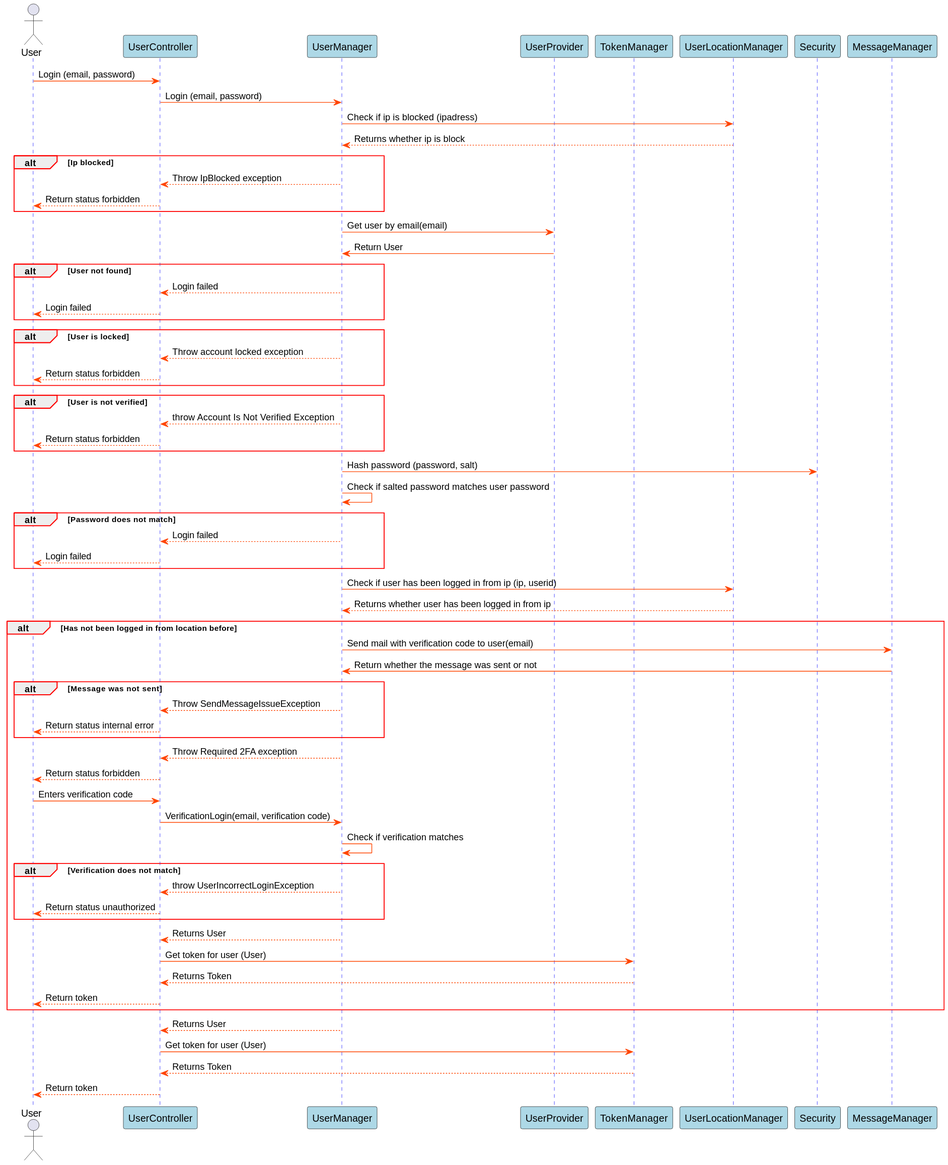
This is Docs/out/SDDiagrams/LoginSD/Login SD.svg from blackout1471/trust-us-school, a PlantUML export, as it was before one commit.
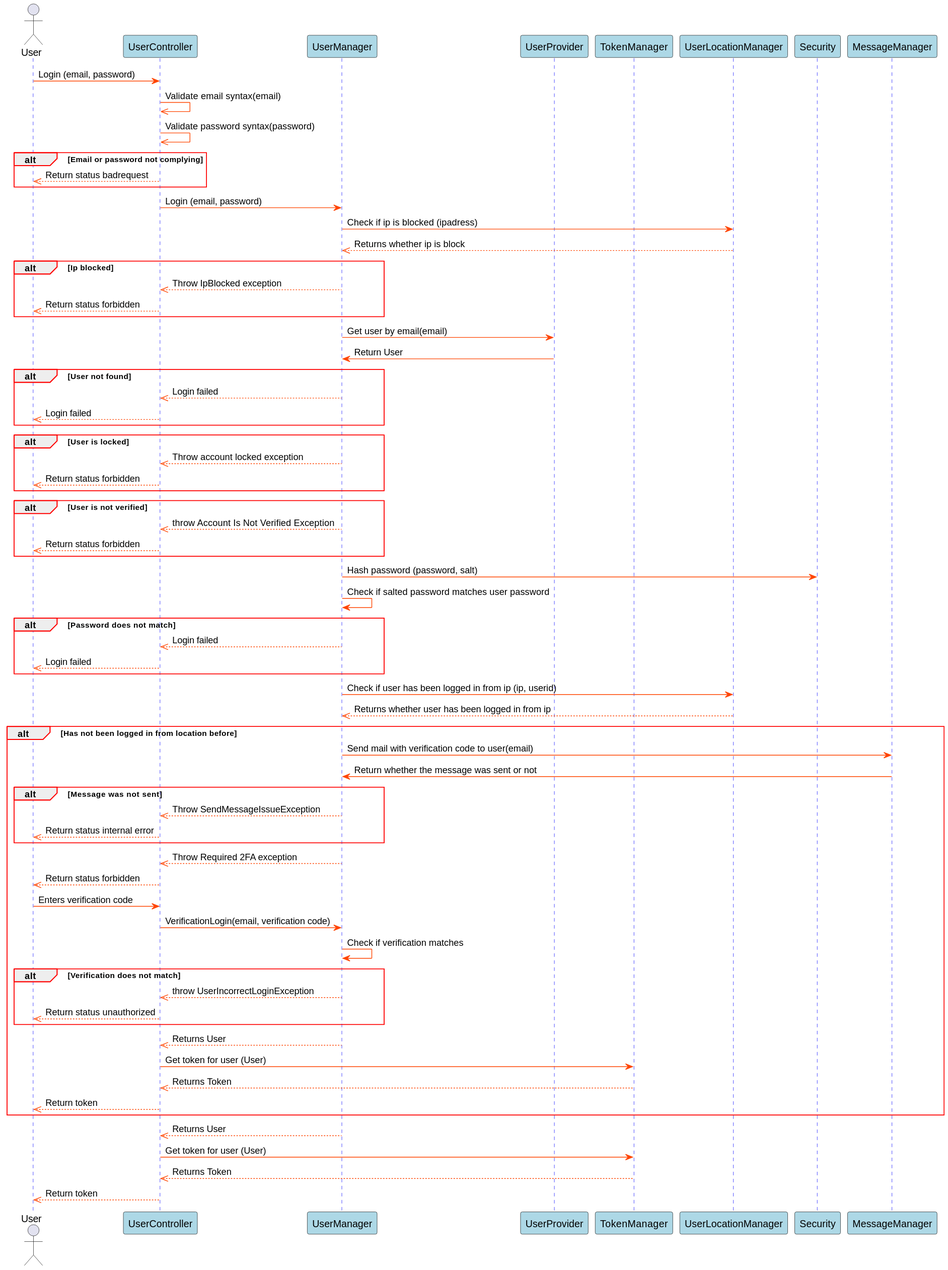
Above is the later version.

What changed in the source:
```diff
@@ -20,13 +20,21 @@
 participant Security
 
 User->UserController: Login (email, password)
+
+UserController->>UserController: Validate email syntax(email)
+UserController->>UserController: Validate password syntax(password)
+
+alt Email or password not complying
+UserController-->>User: Return status badrequest
+end
+
 UserController->UserManager: Login (email, password)
 UserManager->UserLocationManager: Check if ip is blocked (ipadress)
-UserLocationManager-->UserManager: Returns whether ip is block
+UserLocationManager-->>UserManager: Returns whether ip is block
 
 alt Ip blocked
-UserManager-->UserController: Throw IpBlocked exception
-UserController-->User: Return status forbidden
+UserManager-->>UserController: Throw IpBlocked exception
+UserController-->>User: Return status forbidden
 end
 
 UserManager->UserProvider: Get user by email(email)
@@ -35,22 +43,22 @@
 
 alt User not found
 
-UserManager-->UserController: Login failed
-UserController-->User: Login failed
+UserManager-->>UserController: Login failed
+UserController-->>User: Login failed
 
 end
 
 alt User is locked
 
-UserManager-->UserController: Throw account locked exception
-UserController-->User: Return status forbidden
+UserManager-->>UserController: Throw account locked exception
+UserController-->>User: Return status forbidden
 
 end
 
 alt User is not verified
 
-UserManager-->UserController: throw Account Is Not Verified Exception
-UserController-->User: Return status forbidden
+UserManager-->>UserController: throw Account Is Not Verified Exception
+UserController-->>User: Return status forbidden
 
 end
 
@@ -59,14 +67,14 @@
 
 alt Password does not match
 
-UserManager-->UserController: Login failed
-UserController-->User: Login failed
+UserManager-->>UserController: Login failed
+UserController-->>User: Login failed
 
 end
 
 
 UserManager->UserLocationManager: Check if user has been logged in from ip (ip, userid)
-UserLocationManager-->UserManager: Returns whether user has been logged in from ip
+UserLocationManager-->>UserManager: Returns whether user has been logged in from ip
 
 alt Has not been logged in from location before
 
@@ -74,30 +82,30 @@
 MessageManager->UserManager: Return whether the message was sent or not
 alt Message was not sent
 
-UserManager --> UserController: Throw SendMessageIssueException
-UserController --> User: Return status internal error
+UserManager -->> UserController: Throw SendMessageIssueException
+UserController -->> User: Return status internal error
 end
-UserManager-->UserController: Throw Required 2FA exception
-UserController-->User: Return status forbidden
+UserManager-->>UserController: Throw Required 2FA exception
+UserController-->>User: Return status forbidden
 User->UserController: Enters verification code
 UserController->UserManager: VerificationLogin(email, verification code)
 UserManager->UserManager: Check if verification matches
 alt Verification does not match
 
-UserManager-->UserController: throw UserIncorrectLoginException
-UserController-->User: Return status unauthorized
+UserManager-->>UserController: throw UserIncorrectLoginException
+UserController-->>User: Return status unauthorized
 
 end
-UserManager-->UserController: Returns User
+UserManager-->>UserController: Returns User
 UserController->TokenManager: Get token for user (User)
-TokenManager-->UserController: Returns Token
-UserController-->User: Return token
+TokenManager-->>UserController: Returns Token
+UserController-->>User: Return token
 end
 
-UserManager-->UserController: Returns User
+UserManager-->>UserController: Returns User
 UserController->TokenManager: Get token for user (User)
-TokenManager-->UserController: Returns Token
+TokenManager-->>UserController: Returns Token
 
-UserController-->User: Return token
+UserController-->>User: Return token
 
 @enduml
```
